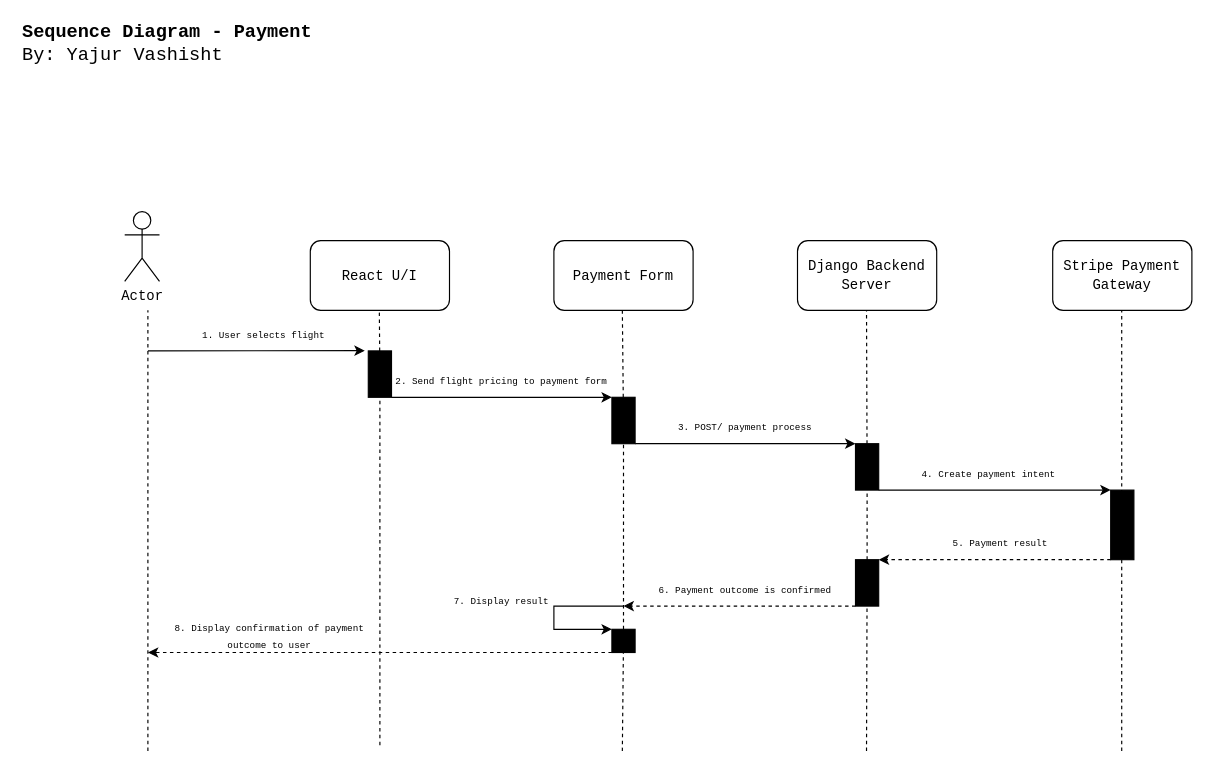
Earlier version of the draw.io diagram documentation/02 Domain Diagrams/02-4 Sequence Diagrams/Payment Sequence Diagram - Yajur.drawio (coreyyangsmith/ensf614-project). Source tidied: cells renumbered, new cells numbered last; positions are measured from the earlier drawing's top-left corner, leaving out a move shared by most shapes. Both pictures are drawn from the tidied source at 116%, with x=0, y=0 at pixel (20, 26).
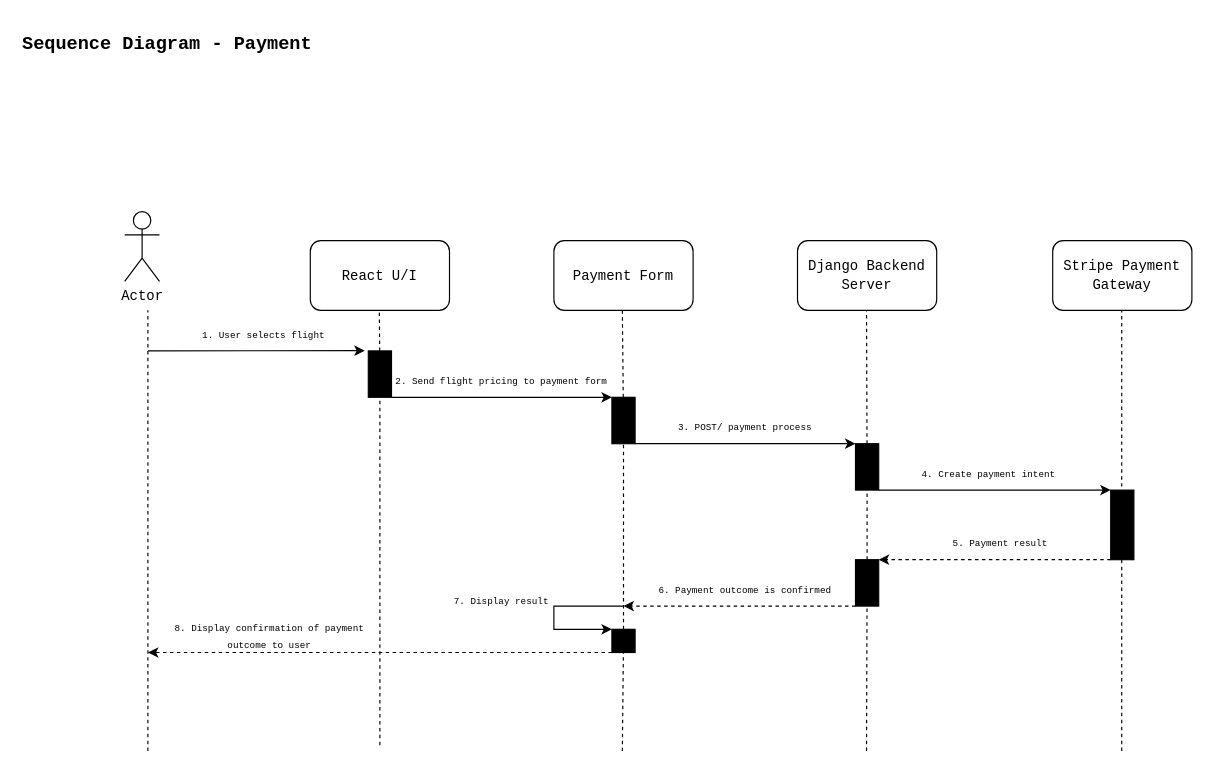
The same page after the edit.

The edit, as a diff of the source:
```diff
@@
-    <mxCell id="11" value="&lt;div style=&quot;font-size: 16px;&quot;&gt;&lt;span style=&quot;font-family: &amp;quot;Courier New&amp;quot;; background-color: initial;&quot;&gt;&lt;font style=&quot;font-size: 16px;&quot;&gt;&lt;b&gt;Sequence Diagram - Payment&lt;/b&gt;&lt;/font&gt;&lt;/span&gt;&lt;/div&gt;&lt;font style=&quot;font-size: 16px;&quot; face=&quot;Courier New&quot;&gt;&lt;div style=&quot;&quot;&gt;&lt;span style=&quot;background-color: initial;&quot;&gt;By: Yajur Vashisht&lt;/span&gt;&lt;/div&gt;&lt;/font&gt;" style="text;html=1;strokeColor=none;fillColor=none;align=left;verticalAlign=middle;whiteSpace=wrap;rounded=0;" parent="1" vertex="1">
+    <mxCell id="11" value="&lt;div style=&quot;font-size: 16px;&quot;&gt;&lt;span style=&quot;font-family: &amp;quot;Courier New&amp;quot;; background-color: initial;&quot;&gt;&lt;font style=&quot;font-size: 16px;&quot;&gt;&lt;b&gt;Sequence Diagram - Payment&lt;/b&gt;&lt;/font&gt;&lt;/span&gt;&lt;/div&gt;" style="text;html=1;strokeColor=none;fillColor=none;align=left;verticalAlign=middle;whiteSpace=wrap;rounded=0;" parent="1" vertex="1">
       <mxGeometry width="290" height="30" as="geometry" />
     </mxCell>
```
